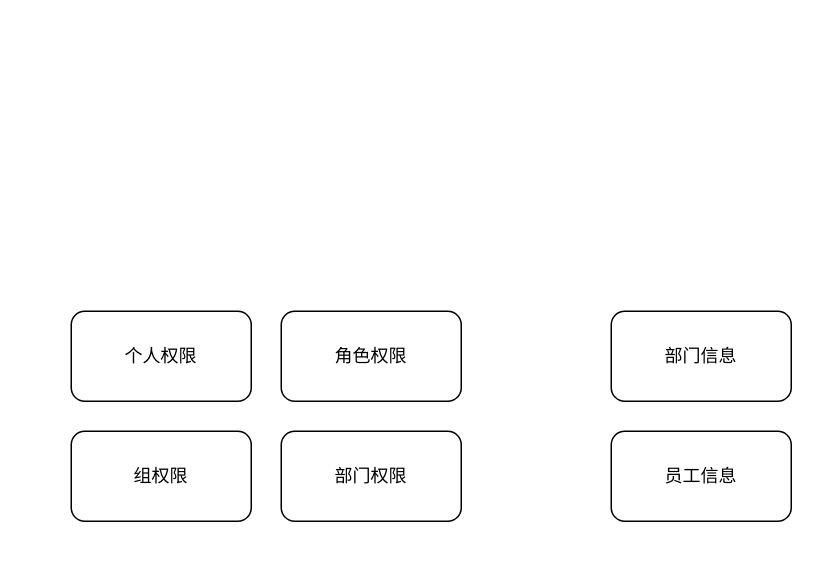
Before: page "Page-4" (4 of 6) of 实习分享.drawio in zjtone/RL-Note, a draw.io diagram. Source tidied: cells renumbered, new cells numbered last; positions are measured from the earlier drawing's top-left corner, leaving out a move shared by most shapes. Both pictures are drawn from the tidied source at 150%, with x=0, y=0 at pixel (70, 310).
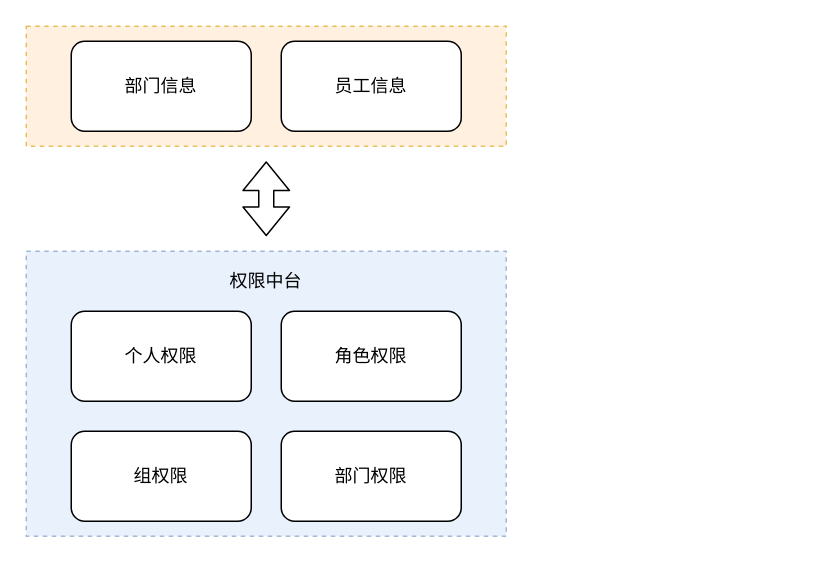
The same page after the edit.

The edit, as a diff of the source:
```diff
@@
 <mxGraphModel>
   <root>
     <mxCell id="0" />
     <mxCell id="1" parent="0" />
+    <mxCell id="8" style="rounded=0;whiteSpace=wrap;html=1;dashed=1;strokeColor=#6c8ebf;fillColor=#dae8fc;opacity=60;" parent="1" vertex="1">
+      <mxGeometry x="-30" y="-40" width="320" height="190" as="geometry" />
+    </mxCell>
+    <mxCell id="9" style="rounded=0;whiteSpace=wrap;html=1;fillColor=#ffe6cc;opacity=60;dashed=1;strokeColor=#d79b00;" parent="1" vertex="1">
+      <mxGeometry x="-30" y="-190" width="320" height="80" as="geometry" />
+    </mxCell>
     <mxCell id="2" value="个人权限" style="rounded=1;whiteSpace=wrap;html=1;" parent="1" vertex="1">
       <mxGeometry width="120" height="60" as="geometry" />
     </mxCell>
     <mxCell id="3" value="组权限" style="rounded=1;whiteSpace=wrap;html=1;" parent="1" vertex="1">
       <mxGeometry y="80" width="120" height="60" as="geometry" />
     </mxCell>
     <mxCell id="4" value="角色权限" style="rounded=1;whiteSpace=wrap;html=1;" parent="1" vertex="1">
       <mxGeometry x="140" width="120" height="60" as="geometry" />
     </mxCell>
     <mxCell id="5" value="部门权限" style="rounded=1;whiteSpace=wrap;html=1;" parent="1" vertex="1">
       <mxGeometry x="140" y="80" width="120" height="60" as="geometry" />
     </mxCell>
     <mxCell id="6" value="部门信息" style="rounded=1;whiteSpace=wrap;html=1;fillColor=#ffffff;" parent="1" vertex="1">
-      <mxGeometry x="360" width="120" height="60" as="geometry" />
+      <mxGeometry y="-180" width="120" height="60" as="geometry" />
     </mxCell>
     <mxCell id="7" value="员工信息" style="rounded=1;whiteSpace=wrap;html=1;" parent="1" vertex="1">
-      <mxGeometry x="360" y="80" width="120" height="60" as="geometry" />
+      <mxGeometry x="140" y="-180" width="120" height="60" as="geometry" />
     </mxCell>
+    <mxCell id="10" style="shape=flexArrow;endArrow=classic;startArrow=classic;html=1;" parent="1" edge="1">
+      <mxGeometry relative="1" as="geometry">
+        <mxPoint x="130" y="-50" as="sourcePoint" />
+        <mxPoint x="130" y="-100" as="targetPoint" />
+      </mxGeometry>
+    </mxCell>
+    <mxCell id="11" value="权限中台" style="text;html=1;strokeColor=none;fillColor=none;align=center;verticalAlign=middle;whiteSpace=wrap;rounded=0;dashed=1;opacity=60;" parent="1" vertex="1">
+      <mxGeometry x="105" y="-30" width="50" height="20" as="geometry" />
+    </mxCell>
   </root>
 </mxGraphModel>
```
